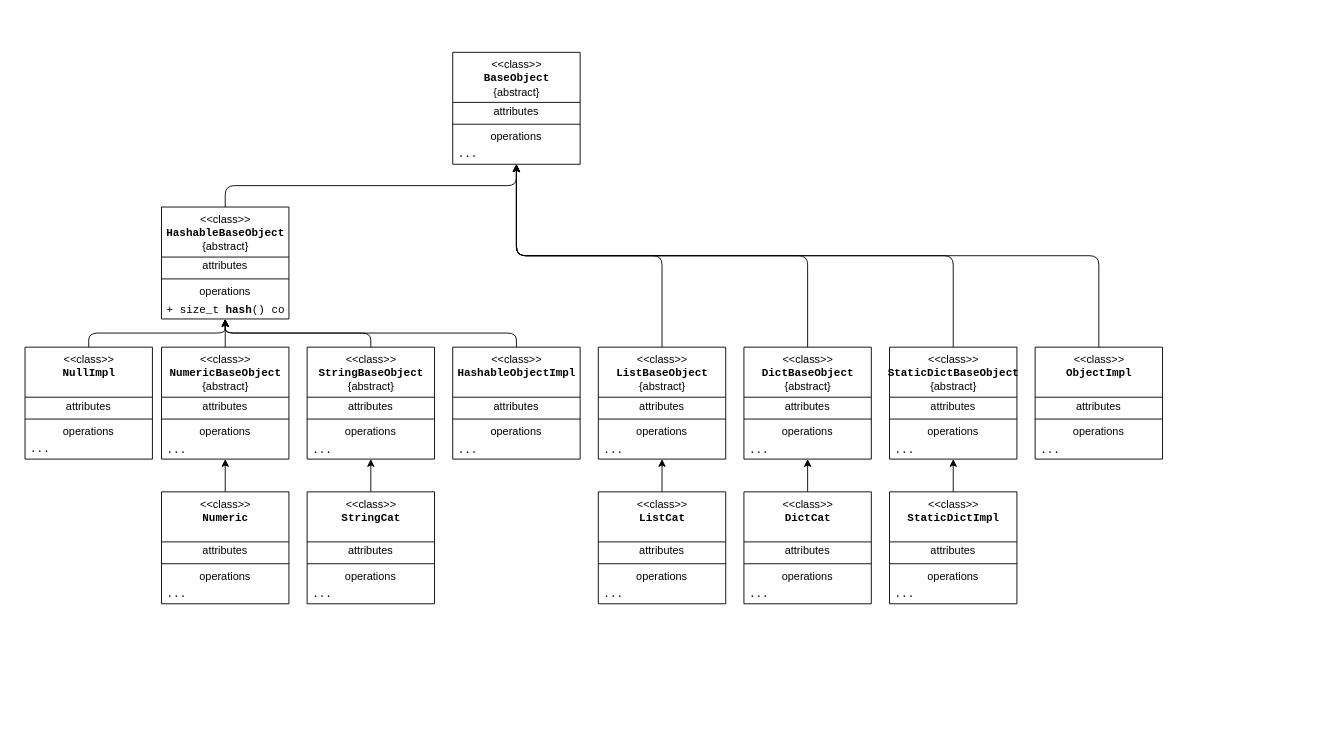
This is docs/classes_layout.drawio from zhenghaven/SimpleObjects, a draw.io file, before an edit. Source tidied: cells renumbered, new cells numbered last; positions are measured from the earlier drawing's top-left corner, leaving out a move shared by most shapes. Both pictures are drawn from the tidied source at 91%, with x=0, y=0 at pixel (25, 52).
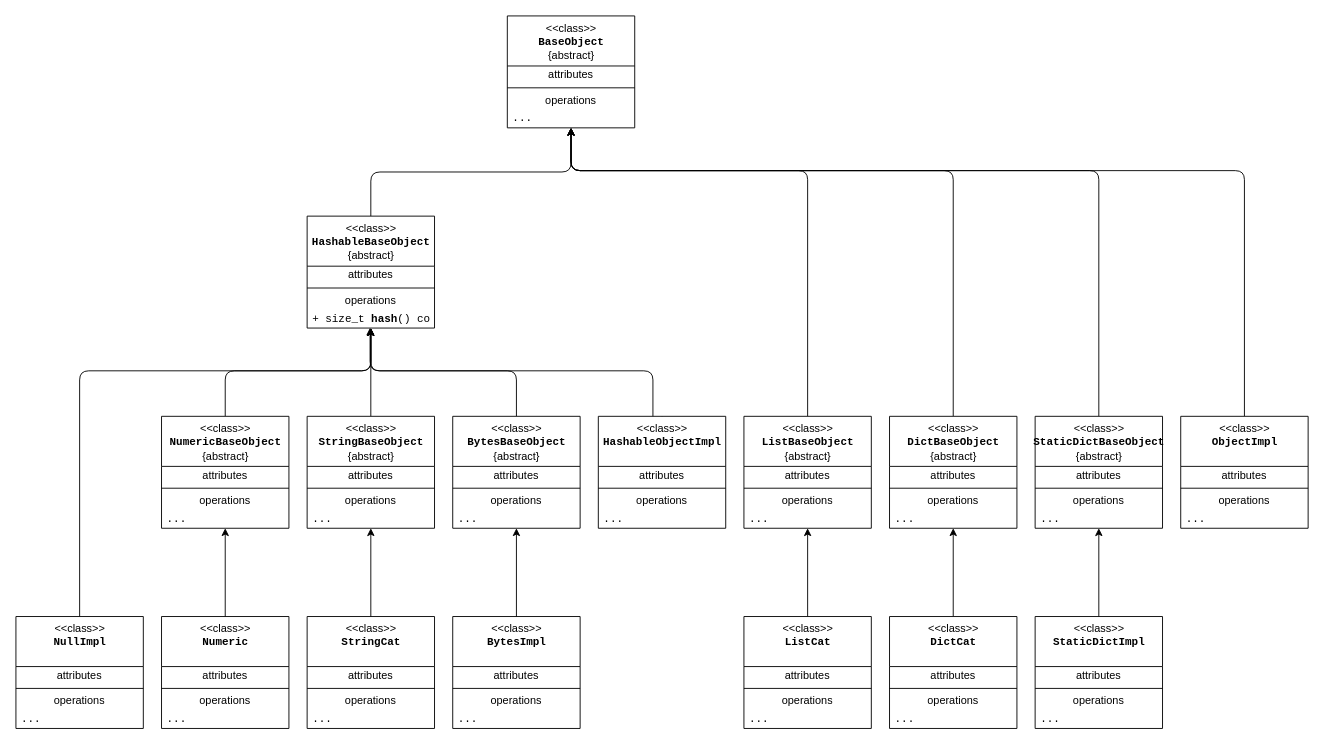
The same page after the edit.

The change refers to these unchanged cells:
```xml
<mxCell id="12" value="&lt;font face=&quot;Courier New&quot;&gt;+ size_t &lt;b&gt;hash&lt;/b&gt;() const&lt;/font&gt;" style="text;html=1;strokeColor=none;fillColor=none;align=left;verticalAlign=middle;spacingLeft=4;spacingRight=4;overflow=hidden;points=[[0,0.5],[1,0.5]];portConstraint=eastwest;" parent="8" vertex="1">
  <mxGeometry y="103" width="140" height="20" as="geometry" />
</mxCell>
```

What changed in the source:
```diff
@@
     <mxCell id="2" value="&amp;lt;&amp;lt;class&amp;gt;&amp;gt;&lt;br&gt;&lt;b&gt;&lt;font face=&quot;Courier New&quot;&gt;BaseObject&lt;/font&gt;&lt;/b&gt;&lt;br&gt;{abstract}" style="swimlane;fontStyle=0;align=center;verticalAlign=top;horizontal=1;startSize=55;html=1;" parent="1" vertex="1">
-      <mxGeometry x="470" width="140" height="123" as="geometry" />
+      <mxGeometry x="530" y="-40" width="140" height="123" as="geometry" />
     </mxCell>
@@
     <mxCell id="8" value="&amp;lt;&amp;lt;class&amp;gt;&amp;gt;&lt;br&gt;&lt;b&gt;&lt;font face=&quot;Courier New&quot;&gt;HashableBaseObject&lt;/font&gt;&lt;/b&gt;&lt;br&gt;{abstract}" style="swimlane;fontStyle=0;align=center;verticalAlign=top;horizontal=1;startSize=55;html=1;" parent="1" vertex="1">
-      <mxGeometry x="150" y="170" width="140" height="123" as="geometry" />
+      <mxGeometry x="310" y="180" width="140" height="123" as="geometry" />
     </mxCell>
@@
-    <mxCell id="13" style="edgeStyle=orthogonalEdgeStyle;html=1;exitX=0.5;exitY=0;exitDx=0;exitDy=0;fontFamily=Courier New;" parent="1" edge="1" source="14" target="26">
-      <mxGeometry relative="1" as="geometry" />
-    </mxCell>
     <mxCell id="14" value="&amp;lt;&amp;lt;class&amp;gt;&amp;gt;&lt;br&gt;&lt;b&gt;&lt;font face=&quot;Courier New&quot;&gt;Numeric&lt;/font&gt;&lt;/b&gt;" style="swimlane;fontStyle=0;align=center;verticalAlign=top;horizontal=1;startSize=55;html=1;" parent="1" vertex="1">
-      <mxGeometry x="150" y="483" width="140" height="123" as="geometry" />
+      <mxGeometry x="150" y="620" width="140" height="123" as="geometry" />
     </mxCell>
@@
-    <mxCell id="19" style="edgeStyle=orthogonalEdgeStyle;html=1;exitX=0.5;exitY=0;exitDx=0;exitDy=0;fontFamily=Courier New;" parent="1" edge="1" source="20" target="38">
-      <mxGeometry relative="1" as="geometry" />
-    </mxCell>
     <mxCell id="20" value="&amp;lt;&amp;lt;class&amp;gt;&amp;gt;&lt;br&gt;&lt;b&gt;&lt;font face=&quot;Courier New&quot;&gt;StringCat&lt;/font&gt;&lt;/b&gt;" style="swimlane;fontStyle=0;align=center;verticalAlign=top;horizontal=1;startSize=55;html=1;" parent="1" vertex="1">
-      <mxGeometry x="310" y="483" width="140" height="123" as="geometry" />
+      <mxGeometry x="310" y="620" width="140" height="123" as="geometry" />
     </mxCell>
@@
     <mxCell id="25" style="edgeStyle=orthogonalEdgeStyle;html=1;exitX=0.5;exitY=0;exitDx=0;exitDy=0;fontFamily=Courier New;" parent="1" edge="1" source="26" target="8">
-      <mxGeometry relative="1" as="geometry" />
+      <mxGeometry relative="1" as="geometry">
+        <Array as="points">
+          <mxPoint x="220" y="350" />
+          <mxPoint x="380" y="350" />
+        </Array>
+      </mxGeometry>
     </mxCell>
     <mxCell id="26" value="&amp;lt;&amp;lt;class&amp;gt;&amp;gt;&lt;br&gt;&lt;b&gt;&lt;font face=&quot;Courier New&quot;&gt;NumericBaseObject&lt;/font&gt;&lt;/b&gt;&lt;br&gt;{abstract}" style="swimlane;fontStyle=0;align=center;verticalAlign=top;horizontal=1;startSize=55;html=1;" parent="1" vertex="1">
-      <mxGeometry x="150" y="324" width="140" height="123" as="geometry" />
+      <mxGeometry x="150" y="400" width="140" height="123" as="geometry" />
     </mxCell>
@@
+    <mxCell id="13" style="edgeStyle=orthogonalEdgeStyle;html=1;exitX=0.5;exitY=0;exitDx=0;exitDy=0;fontFamily=Courier New;" parent="1" edge="1" source="14" target="26">
+      <mxGeometry relative="1" as="geometry" />
+    </mxCell>
     <mxCell id="31" style="edgeStyle=orthogonalEdgeStyle;html=1;exitX=0.5;exitY=0;exitDx=0;exitDy=0;fontFamily=Courier New;" parent="1" edge="1" source="32" target="8">
-      <mxGeometry relative="1" as="geometry" />
+      <mxGeometry relative="1" as="geometry">
+        <Array as="points">
+          <mxPoint x="60" y="350" />
+          <mxPoint x="380" y="350" />
+        </Array>
+      </mxGeometry>
     </mxCell>
     <mxCell id="32" value="&amp;lt;&amp;lt;class&amp;gt;&amp;gt;&lt;br&gt;&lt;b&gt;&lt;font face=&quot;Courier New&quot;&gt;NullImpl&lt;/font&gt;&lt;/b&gt;" style="swimlane;fontStyle=0;align=center;verticalAlign=top;horizontal=1;startSize=55;html=1;" parent="1" vertex="1">
-      <mxGeometry y="324" width="140" height="123" as="geometry" />
+      <mxGeometry x="-10" y="620" width="140" height="123" as="geometry" />
     </mxCell>
@@
     <mxCell id="38" value="&amp;lt;&amp;lt;class&amp;gt;&amp;gt;&lt;br&gt;&lt;b&gt;&lt;font face=&quot;Courier New&quot;&gt;StringBaseObject&lt;/font&gt;&lt;/b&gt;&lt;br&gt;{abstract}" style="swimlane;fontStyle=0;align=center;verticalAlign=top;horizontal=1;startSize=55;html=1;" parent="1" vertex="1">
-      <mxGeometry x="310" y="324" width="140" height="123" as="geometry" />
+      <mxGeometry x="310" y="400" width="140" height="123" as="geometry" />
     </mxCell>
@@
+    <mxCell id="19" style="edgeStyle=orthogonalEdgeStyle;html=1;exitX=0.5;exitY=0;exitDx=0;exitDy=0;fontFamily=Courier New;" parent="1" edge="1" source="20" target="38">
+      <mxGeometry relative="1" as="geometry" />
+    </mxCell>
     <mxCell id="43" style="edgeStyle=orthogonalEdgeStyle;html=1;exitX=0.5;exitY=0;exitDx=0;exitDy=0;" parent="1" edge="1" source="44" target="8">
-      <mxGeometry relative="1" as="geometry" />
+      <mxGeometry relative="1" as="geometry">
+        <Array as="points">
+          <mxPoint x="690" y="438" />
+          <mxPoint x="690" y="350" />
+          <mxPoint x="380" y="350" />
+        </Array>
+      </mxGeometry>
     </mxCell>
     <mxCell id="44" value="&amp;lt;&amp;lt;class&amp;gt;&amp;gt;&lt;br&gt;&lt;b&gt;&lt;font face=&quot;Courier New&quot;&gt;HashableObjectImpl&lt;/font&gt;&lt;/b&gt;" style="swimlane;fontStyle=0;align=center;verticalAlign=top;horizontal=1;startSize=55;html=1;" parent="1" vertex="1">
-      <mxGeometry x="470" y="324" width="140" height="123" as="geometry" />
+      <mxGeometry x="630" y="400" width="140" height="123" as="geometry" />
     </mxCell>
@@
     <mxCell id="49" style="edgeStyle=orthogonalEdgeStyle;html=1;exitX=0.5;exitY=0;exitDx=0;exitDy=0;fontFamily=Courier New;" parent="1" edge="1" source="50" target="2">
-      <mxGeometry relative="1" as="geometry" />
+      <mxGeometry relative="1" as="geometry">
+        <Array as="points">
+          <mxPoint x="860" y="130" />
+          <mxPoint x="600" y="130" />
+        </Array>
+      </mxGeometry>
     </mxCell>
     <mxCell id="50" value="&amp;lt;&amp;lt;class&amp;gt;&amp;gt;&lt;br&gt;&lt;b&gt;&lt;font face=&quot;Courier New&quot;&gt;ListBaseObject&lt;/font&gt;&lt;/b&gt;&lt;br&gt;{abstract}" style="swimlane;fontStyle=0;align=center;verticalAlign=top;horizontal=1;startSize=55;html=1;" parent="1" vertex="1">
-      <mxGeometry x="630" y="324" width="140" height="123" as="geometry" />
+      <mxGeometry x="790" y="400" width="140" height="123" as="geometry" />
     </mxCell>
@@
     <mxCell id="56" value="&amp;lt;&amp;lt;class&amp;gt;&amp;gt;&lt;br&gt;&lt;b&gt;&lt;font face=&quot;Courier New&quot;&gt;ListCat&lt;/font&gt;&lt;/b&gt;" style="swimlane;fontStyle=0;align=center;verticalAlign=top;horizontal=1;startSize=55;html=1;" parent="1" vertex="1">
-      <mxGeometry x="630" y="483" width="140" height="123" as="geometry" />
+      <mxGeometry x="790" y="620" width="140" height="123" as="geometry" />
     </mxCell>
@@
     <mxCell id="61" style="edgeStyle=orthogonalEdgeStyle;html=1;exitX=0.5;exitY=0;exitDx=0;exitDy=0;fontFamily=Courier New;" parent="1" edge="1" source="62" target="2">
-      <mxGeometry relative="1" as="geometry" />
+      <mxGeometry relative="1" as="geometry">
+        <Array as="points">
+          <mxPoint x="1020" y="130" />
+          <mxPoint x="600" y="130" />
+        </Array>
+      </mxGeometry>
     </mxCell>
     <mxCell id="62" value="&amp;lt;&amp;lt;class&amp;gt;&amp;gt;&lt;br&gt;&lt;b&gt;&lt;font face=&quot;Courier New&quot;&gt;DictBaseObject&lt;/font&gt;&lt;/b&gt;&lt;br&gt;{abstract}" style="swimlane;fontStyle=0;align=center;verticalAlign=top;horizontal=1;startSize=55;html=1;" parent="1" vertex="1">
-      <mxGeometry x="790" y="324" width="140" height="123" as="geometry" />
+      <mxGeometry x="950" y="400" width="140" height="123" as="geometry" />
     </mxCell>
@@
     <mxCell id="68" value="&amp;lt;&amp;lt;class&amp;gt;&amp;gt;&lt;br&gt;&lt;b&gt;&lt;font face=&quot;Courier New&quot;&gt;DictCat&lt;/font&gt;&lt;/b&gt;" style="swimlane;fontStyle=0;align=center;verticalAlign=top;horizontal=1;startSize=55;html=1;" parent="1" vertex="1">
-      <mxGeometry x="790" y="483" width="140" height="123" as="geometry" />
+      <mxGeometry x="950" y="620" width="140" height="123" as="geometry" />
     </mxCell>
@@
     <mxCell id="73" style="edgeStyle=orthogonalEdgeStyle;html=1;exitX=0.5;exitY=0;exitDx=0;exitDy=0;" parent="1" edge="1" source="74" target="2">
-      <mxGeometry relative="1" as="geometry" />
+      <mxGeometry relative="1" as="geometry">
+        <Array as="points">
+          <mxPoint x="1180" y="130" />
+          <mxPoint x="600" y="130" />
+        </Array>
+      </mxGeometry>
     </mxCell>
     <mxCell id="74" value="&amp;lt;&amp;lt;class&amp;gt;&amp;gt;&lt;br&gt;&lt;b&gt;&lt;font face=&quot;Courier New&quot;&gt;StaticDictBaseObject&lt;/font&gt;&lt;/b&gt;&lt;br&gt;{abstract}" style="swimlane;fontStyle=0;align=center;verticalAlign=top;horizontal=1;startSize=55;html=1;" parent="1" vertex="1">
-      <mxGeometry x="950" y="324" width="140" height="123" as="geometry" />
+      <mxGeometry x="1110" y="400" width="140" height="123" as="geometry" />
     </mxCell>
@@
     <mxCell id="79" style="edgeStyle=orthogonalEdgeStyle;html=1;exitX=0.5;exitY=0;exitDx=0;exitDy=0;" parent="1" edge="1" source="80" target="2">
-      <mxGeometry relative="1" as="geometry" />
+      <mxGeometry relative="1" as="geometry">
+        <Array as="points">
+          <mxPoint x="1340" y="130" />
+          <mxPoint x="600" y="130" />
+        </Array>
+      </mxGeometry>
     </mxCell>
     <mxCell id="80" value="&amp;lt;&amp;lt;class&amp;gt;&amp;gt;&lt;br&gt;&lt;b&gt;&lt;font face=&quot;Courier New&quot;&gt;ObjectImpl&lt;/font&gt;&lt;/b&gt;&lt;br&gt;" style="swimlane;fontStyle=0;align=center;verticalAlign=top;horizontal=1;startSize=55;html=1;" parent="1" vertex="1">
-      <mxGeometry x="1110" y="324" width="140" height="123" as="geometry" />
+      <mxGeometry x="1270" y="400" width="140" height="123" as="geometry" />
     </mxCell>
@@
     <mxCell id="86" value="&amp;lt;&amp;lt;class&amp;gt;&amp;gt;&lt;br&gt;&lt;b&gt;&lt;font face=&quot;Courier New&quot;&gt;StaticDictImpl&lt;/font&gt;&lt;/b&gt;" style="swimlane;fontStyle=0;align=center;verticalAlign=top;horizontal=1;startSize=55;html=1;" parent="1" vertex="1">
-      <mxGeometry x="950" y="483" width="140" height="123" as="geometry" />
+      <mxGeometry x="1110" y="620" width="140" height="123" as="geometry" />
     </mxCell>
@@
+    <mxCell id="91" value="&amp;lt;&amp;lt;class&amp;gt;&amp;gt;&lt;br&gt;&lt;b&gt;&lt;font face=&quot;Courier New&quot;&gt;BytesImpl&lt;/font&gt;&lt;/b&gt;" style="swimlane;fontStyle=0;align=center;verticalAlign=top;horizontal=1;startSize=55;html=1;" parent="1" vertex="1">
+      <mxGeometry x="470" y="620" width="140" height="123" as="geometry" />
+    </mxCell>
+    <mxCell id="92" value="attributes" style="text;html=1;strokeColor=none;fillColor=none;align=center;verticalAlign=middle;spacingLeft=4;spacingRight=4;overflow=hidden;" parent="91" vertex="1">
+      <mxGeometry y="55" width="140" height="20" as="geometry" />
+    </mxCell>
+    <mxCell id="93" style="line;strokeWidth=1;fillColor=none;align=left;verticalAlign=middle;spacingTop=-1;spacingLeft=3;spacingRight=3;labelPosition=right;" parent="91" vertex="1">
+      <mxGeometry y="75" width="140" height="8" as="geometry" />
+    </mxCell>
+    <mxCell id="94" value="operations&lt;br&gt;" style="text;html=1;strokeColor=none;fillColor=none;align=center;verticalAlign=middle;spacingLeft=4;spacingRight=4;overflow=hidden;" parent="91" vertex="1">
+      <mxGeometry y="83" width="140" height="20" as="geometry" />
+    </mxCell>
+    <mxCell id="95" value="..." style="text;html=1;strokeColor=none;fillColor=none;align=left;verticalAlign=middle;spacingLeft=4;spacingRight=4;overflow=hidden;fontFamily=Courier New;" parent="91" vertex="1">
+      <mxGeometry y="103" width="140" height="20" as="geometry" />
+    </mxCell>
+    <mxCell id="96" style="edgeStyle=orthogonalEdgeStyle;html=1;entryX=0.494;entryY=0.98;entryDx=0;entryDy=0;entryPerimeter=0;" parent="1" edge="1" source="97" target="12">
+      <mxGeometry relative="1" as="geometry">
+        <Array as="points">
+          <mxPoint x="540" y="350" />
+          <mxPoint x="379" y="350" />
+        </Array>
+      </mxGeometry>
+    </mxCell>
+    <mxCell id="97" value="&amp;lt;&amp;lt;class&amp;gt;&amp;gt;&lt;br&gt;&lt;b&gt;&lt;font face=&quot;Courier New&quot;&gt;BytesBaseObject&lt;/font&gt;&lt;/b&gt;&lt;br&gt;{abstract}" style="swimlane;fontStyle=0;align=center;verticalAlign=top;horizontal=1;startSize=55;html=1;" parent="1" vertex="1">
+      <mxGeometry x="470" y="400" width="140" height="123" as="geometry" />
+    </mxCell>
+    <mxCell id="98" value="attributes" style="text;html=1;strokeColor=none;fillColor=none;align=center;verticalAlign=middle;spacingLeft=4;spacingRight=4;overflow=hidden;" parent="97" vertex="1">
+      <mxGeometry y="55" width="140" height="20" as="geometry" />
+    </mxCell>
+    <mxCell id="99" style="line;strokeWidth=1;fillColor=none;align=left;verticalAlign=middle;spacingTop=-1;spacingLeft=3;spacingRight=3;labelPosition=right;" parent="97" vertex="1">
+      <mxGeometry y="75" width="140" height="8" as="geometry" />
+    </mxCell>
+    <mxCell id="100" value="operations&lt;br&gt;" style="text;html=1;strokeColor=none;fillColor=none;align=center;verticalAlign=middle;spacingLeft=4;spacingRight=4;overflow=hidden;" parent="97" vertex="1">
+      <mxGeometry y="83" width="140" height="20" as="geometry" />
+    </mxCell>
+    <mxCell id="101" value="&lt;font face=&quot;Courier New&quot;&gt;...&lt;/font&gt;" style="text;html=1;strokeColor=none;fillColor=none;align=left;verticalAlign=middle;spacingLeft=4;spacingRight=4;overflow=hidden;" parent="97" vertex="1">
+      <mxGeometry y="103" width="140" height="20" as="geometry" />
+    </mxCell>
+    <mxCell id="102" style="edgeStyle=orthogonalEdgeStyle;html=1;exitX=0.5;exitY=0;exitDx=0;exitDy=0;fontFamily=Courier New;" parent="1" edge="1" source="91" target="97">
+      <mxGeometry relative="1" as="geometry" />
+    </mxCell>
```
